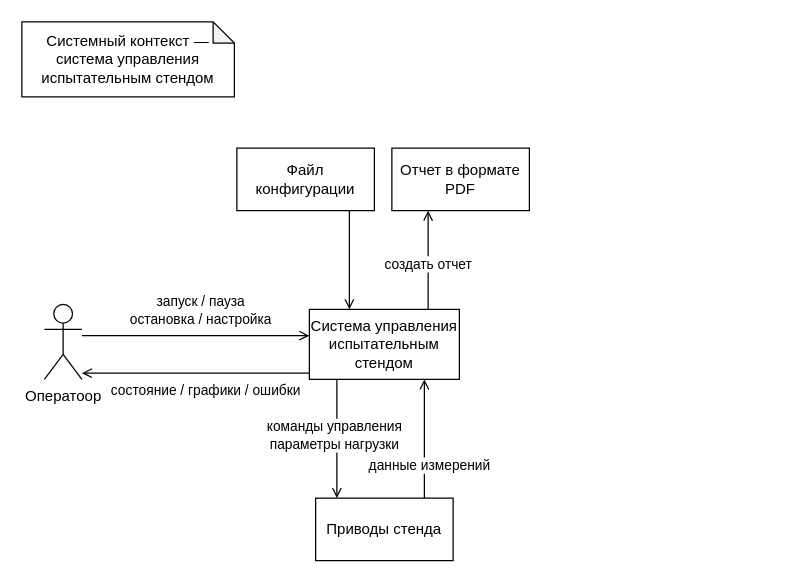
Earlier version of the draw.io diagram page "System Context" (1 of 5) of docs/developer/diagrams/black-box-specifications.drawio (TarkWight/uas-test-system). Source tidied: cells renumbered, new cells numbered last; positions are measured from the earlier drawing's top-left corner, leaving out a move shared by most shapes. Both pictures are drawn from the tidied source at 125%, with x=0, y=0 at pixel (21, 21).
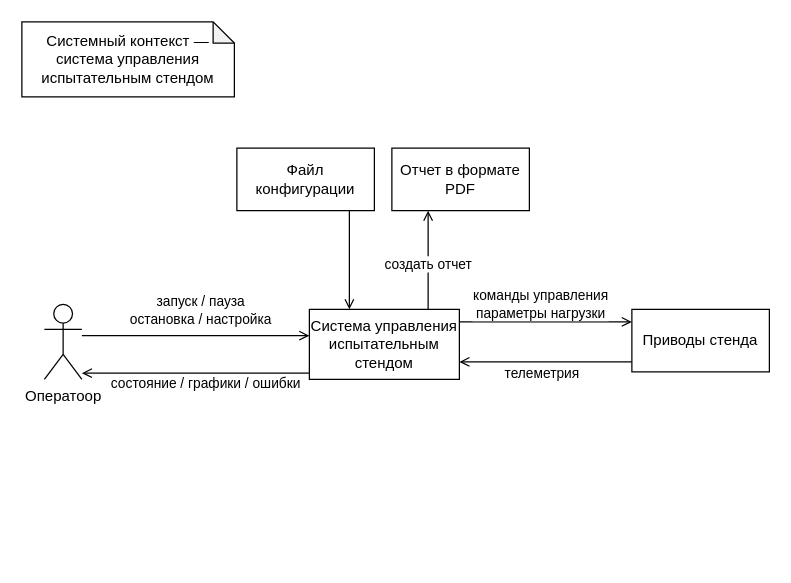
After the change.

Commit message:
?~ black-box: update system context

Unchanged cells that the change refers to:
```xml
<mxCell id="5" style="edgeStyle=orthogonalEdgeStyle;rounded=0;jettySize=auto;html=1;endArrow=open;endFill=0;" parent="1" edge="1" source="11" target="4">
  <mxGeometry relative="1" as="geometry">
    <Array as="points">
      <mxPoint x="92" y="281" />
      <mxPoint x="92" y="281" />
    </Array>
  </mxGeometry>
</mxCell>
<mxCell id="11" value="Система управления испытательным стендом" style="html=1;whiteSpace=wrap;" parent="1" vertex="1">
  <mxGeometry x="230" y="230" width="120" height="56" as="geometry" />
</mxCell>
```

What changed in the source:
```diff
@@
     <mxCell id="6" value="состояние / графики / ошибки" style="edgeLabel;align=center;verticalAlign=middle;html=1;labelBackgroundColor=none;" parent="5" vertex="1">
       <mxGeometry x="0.08" relative="1" as="geometry">
-        <mxPoint x="14" y="13" as="offset" />
+        <mxPoint x="14" y="7" as="offset" />
       </mxGeometry>
     </mxCell>
@@
     <mxCell id="9" style="edgeStyle=orthogonalEdgeStyle;rounded=0;jettySize=auto;html=1;endArrow=open;endFill=0;" parent="1" edge="1" source="11" target="15">
       <mxGeometry relative="1" as="geometry">
         <Array as="points">
-          <mxPoint x="252" y="341" />
-          <mxPoint x="252" y="341" />
+          <mxPoint x="437" y="240" />
+          <mxPoint x="437" y="240" />
         </Array>
       </mxGeometry>
     </mxCell>
     <mxCell id="10" value="команды управления&lt;div&gt;параметры нагрузки&lt;/div&gt;" style="edgeLabel;html=1;align=center;verticalAlign=middle;" parent="9" vertex="1">
       <mxGeometry x="-0.16" relative="1" as="geometry">
-        <mxPoint x="-3" y="4" as="offset" />
+        <mxPoint x="6" y="-15" as="offset" />
       </mxGeometry>
     </mxCell>
@@
     <mxCell id="13" style="edgeStyle=orthogonalEdgeStyle;rounded=0;jettySize=auto;html=1;endArrow=open;endFill=0;" parent="1" edge="1" source="15" target="11">
       <mxGeometry relative="1" as="geometry">
         <Array as="points">
-          <mxPoint x="322" y="341" />
-          <mxPoint x="322" y="341" />
+          <mxPoint x="359" y="272" />
+          <mxPoint x="359" y="272" />
         </Array>
       </mxGeometry>
     </mxCell>
-    <mxCell id="14" value="данные измерений" style="edgeLabel;html=1;align=center;verticalAlign=middle;" parent="13" vertex="1">
+    <mxCell id="14" value="телеметрия" style="edgeLabel;html=1;align=center;verticalAlign=middle;" parent="13" vertex="1">
       <mxGeometry x="0.15" y="1" relative="1" as="geometry">
-        <mxPoint x="4" y="28" as="offset" />
+        <mxPoint x="6" y="7" as="offset" />
       </mxGeometry>
     </mxCell>
     <mxCell id="15" value="Приводы стенда" style="html=1;whiteSpace=wrap;" parent="1" vertex="1">
-      <mxGeometry x="235" y="381" width="110" height="50" as="geometry" />
+      <mxGeometry x="488" y="230" width="110" height="50" as="geometry" />
     </mxCell>
```
